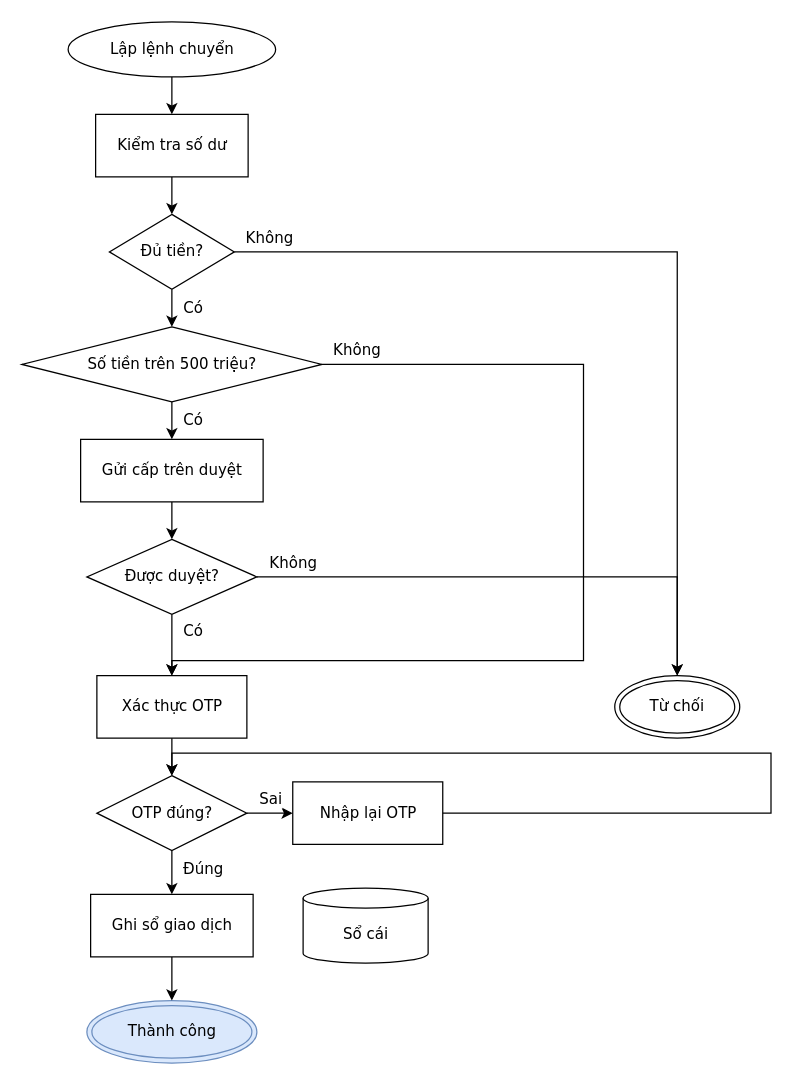
The draw.io diagram conformance/golden/optimize/mermaid-05-chuyen-tien.drawio in luytbq/flowcast, before the edit. Source tidied: cells renumbered, new cells numbered last; positions are measured from the earlier drawing's top-left corner, leaving out a move shared by most shapes. Both pictures are drawn from the tidied source at 125%, with x=0, y=0 at pixel (21, 21).
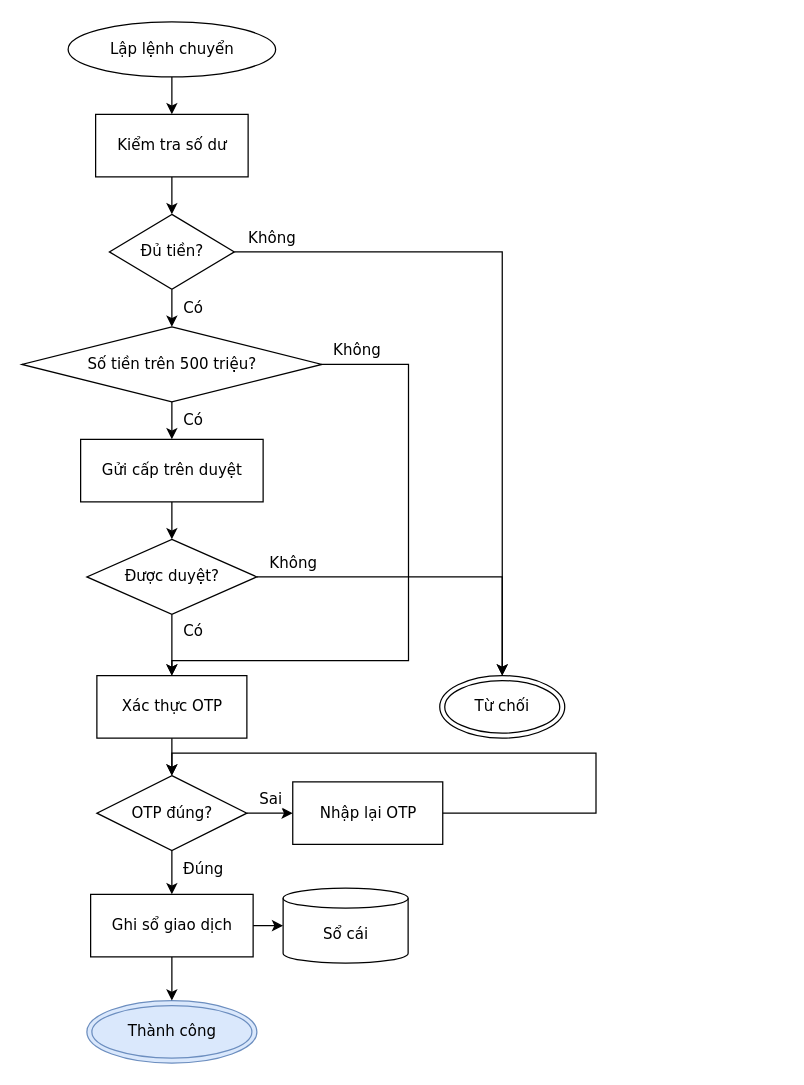
Above is the later version.

The change refers to these unchanged cells:
```xml
<mxCell id="4" value="Đủ tiền?" style="rhombus;html=1;fontFamily=Verdana;fontSize=12;flowtable=1;" parent="1" vertex="1">
  <mxGeometry x="70" y="154" width="100" height="60" as="geometry" />
</mxCell>
<mxCell id="5" value="Số tiền trên 500 triệu?" style="rhombus;html=1;fontFamily=Verdana;fontSize=12;flowtable=1;" parent="1" vertex="1">
  <mxGeometry y="244" width="240" height="60" as="geometry" />
</mxCell>
<mxCell id="7" value="Được duyệt?" style="rhombus;html=1;fontFamily=Verdana;fontSize=12;flowtable=1;" parent="1" vertex="1">
  <mxGeometry x="52" y="414" width="136" height="60" as="geometry" />
</mxCell>
<mxCell id="9" value="Xác thực OTP" style="rounded=0;html=1;fontFamily=Verdana;fontSize=12;flowtable=1;" parent="1" vertex="1">
  <mxGeometry x="60" y="523" width="120" height="50" as="geometry" />
</mxCell>
<mxCell id="10" value="OTP đúng?" style="rhombus;html=1;fontFamily=Verdana;fontSize=12;flowtable=1;" parent="1" vertex="1">
  <mxGeometry x="60" y="603" width="120" height="60" as="geometry" />
</mxCell>
<mxCell id="11" value="Nhập lại OTP" style="rounded=0;html=1;fontFamily=Verdana;fontSize=12;flowtable=1;" parent="1" vertex="1">
  <mxGeometry x="216.7" y="608" width="120" height="50" as="geometry" />
</mxCell>
<mxCell id="12" value="Ghi sổ giao dịch" style="rounded=0;html=1;fontFamily=Verdana;fontSize=12;flowtable=1;" parent="1" vertex="1">
  <mxGeometry x="55" y="698" width="130" height="50" as="geometry" />
</mxCell>
```

Change to the diagram source:
```diff
@@
     <mxCell id="8" value="Từ chối" style="shape=doubleEllipse;html=1;fontFamily=Verdana;fontSize=12;flowtable=1;" parent="1" vertex="1">
-      <mxGeometry x="474.3" y="523" width="100" height="50" as="geometry" />
+      <mxGeometry x="334.3" y="523" width="100" height="50" as="geometry" />
     </mxCell>
@@
     <mxCell id="13" value="Sổ cái" style="shape=cylinder3;html=1;boundedLbl=1;backgroundOutline=1;size=8;fontFamily=Verdana;fontSize=12;flowtable=1;" parent="1" vertex="1">
-      <mxGeometry x="225" y="693" width="100" height="60" as="geometry" />
+      <mxGeometry x="209" y="693" width="100" height="60" as="geometry" />
     </mxCell>
@@
     <mxCell id="17" value="Không" style="edgeStyle=orthogonalEdgeStyle;rounded=0;jettySize=auto;html=1;labelBackgroundColor=default;exitX=1;exitY=0.5;exitDx=0;exitDy=0;entryX=0.5;entryY=0;entryDx=0;entryDy=0;fontFamily=Verdana;fontSize=12;flowtable=1;" parent="1" edge="1" source="4" target="8">
-      <mxGeometry x="-0.92" relative="1" as="geometry">
+      <mxGeometry x="-0.89" relative="1" as="geometry">
         <Array as="points">
-          <mxPoint x="524.3" y="184" />
+          <mxPoint x="384.3" y="184" />
         </Array>
         <mxPoint y="-11.5" as="offset" />
       </mxGeometry>
     </mxCell>
@@
     <mxCell id="20" value="Không" style="edgeStyle=orthogonalEdgeStyle;rounded=0;jettySize=auto;html=1;labelBackgroundColor=default;exitX=1;exitY=0.5;exitDx=0;exitDy=0;entryX=0.5;entryY=0;entryDx=0;entryDy=0;fontFamily=Verdana;fontSize=12;flowtable=1;" parent="1" edge="1" source="5" target="9">
-      <mxGeometry x="-0.93" relative="1" as="geometry">
+      <mxGeometry x="-0.89" relative="1" as="geometry">
         <Array as="points">
-          <mxPoint x="449.3" y="274" />
-          <mxPoint x="449.3" y="511" />
+          <mxPoint x="309.3" y="274" />
+          <mxPoint x="309.3" y="511" />
           <mxPoint x="120" y="511" />
         </Array>
         <mxPoint y="-11.5" as="offset" />
       </mxGeometry>
     </mxCell>
@@
     <mxCell id="22" value="Không" style="edgeStyle=orthogonalEdgeStyle;rounded=0;jettySize=auto;html=1;labelBackgroundColor=default;exitX=1;exitY=0.5;exitDx=0;exitDy=0;entryX=0.5;entryY=0;entryDx=0;entryDy=0;fontFamily=Verdana;fontSize=12;flowtable=1;" parent="1" edge="1" source="7" target="8">
-      <mxGeometry x="-0.86" relative="1" as="geometry">
+      <mxGeometry x="-0.79" relative="1" as="geometry">
         <Array as="points">
-          <mxPoint x="524.3" y="444" />
+          <mxPoint x="384.3" y="444" />
         </Array>
         <mxPoint y="-11.5" as="offset" />
       </mxGeometry>
     </mxCell>
@@
     <mxCell id="27" style="edgeStyle=orthogonalEdgeStyle;rounded=0;jettySize=auto;html=1;labelBackgroundColor=default;exitX=1;exitY=0.5;exitDx=0;exitDy=0;entryX=0.5;entryY=0;entryDx=0;entryDy=0;fontFamily=Verdana;fontSize=12;flowtable=1;" parent="1" edge="1" source="11" target="10">
       <mxGeometry relative="1" as="geometry">
         <Array as="points">
-          <mxPoint x="599.3" y="633" />
-          <mxPoint x="599.3" y="585" />
+          <mxPoint x="459.3" y="633" />
+          <mxPoint x="459.3" y="585" />
           <mxPoint x="120" y="585" />
         </Array>
       </mxGeometry>
     </mxCell>
+    <mxCell id="29" style="edgeStyle=orthogonalEdgeStyle;rounded=0;jettySize=auto;html=1;labelBackgroundColor=default;exitX=1;exitY=0.5;exitDx=0;exitDy=0;entryX=0;entryY=0.5;entryDx=0;entryDy=0;fontFamily=Verdana;fontSize=12;flowtable=1;" parent="1" edge="1" source="12" target="13">
+      <mxGeometry relative="1" as="geometry" />
+    </mxCell>
```
